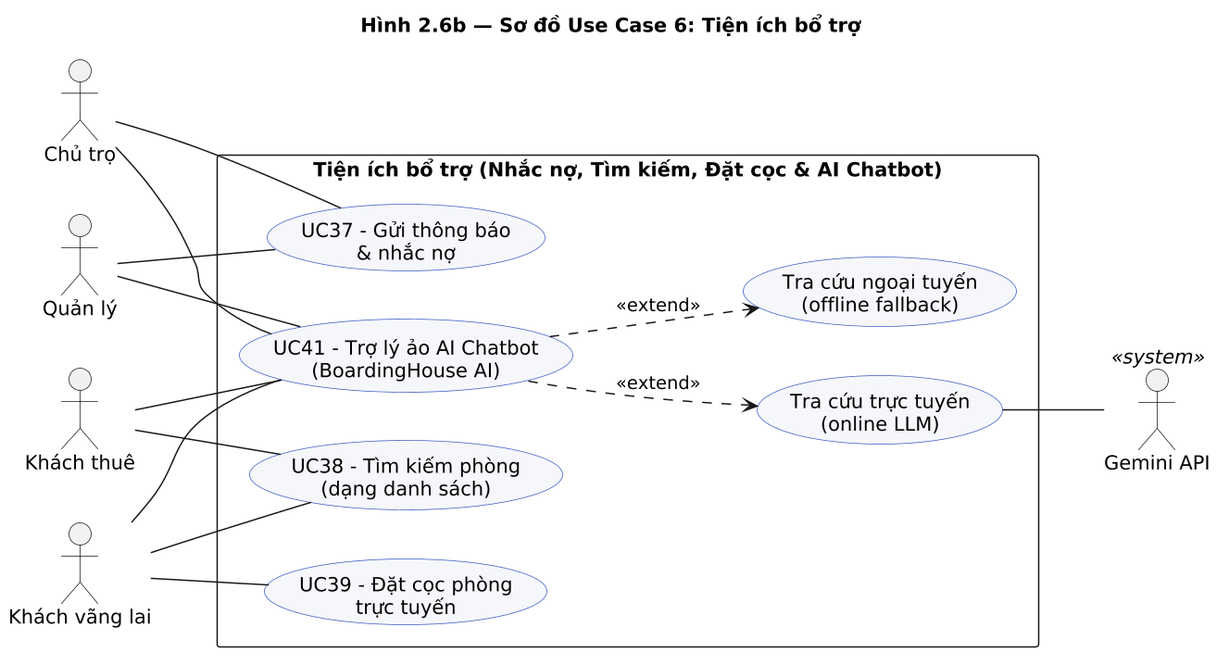
Earlier version of the PlantUML export docs/diagrams/png/2.06b_uc_utilities.png (DiepTuHuy/Hostel_Management).
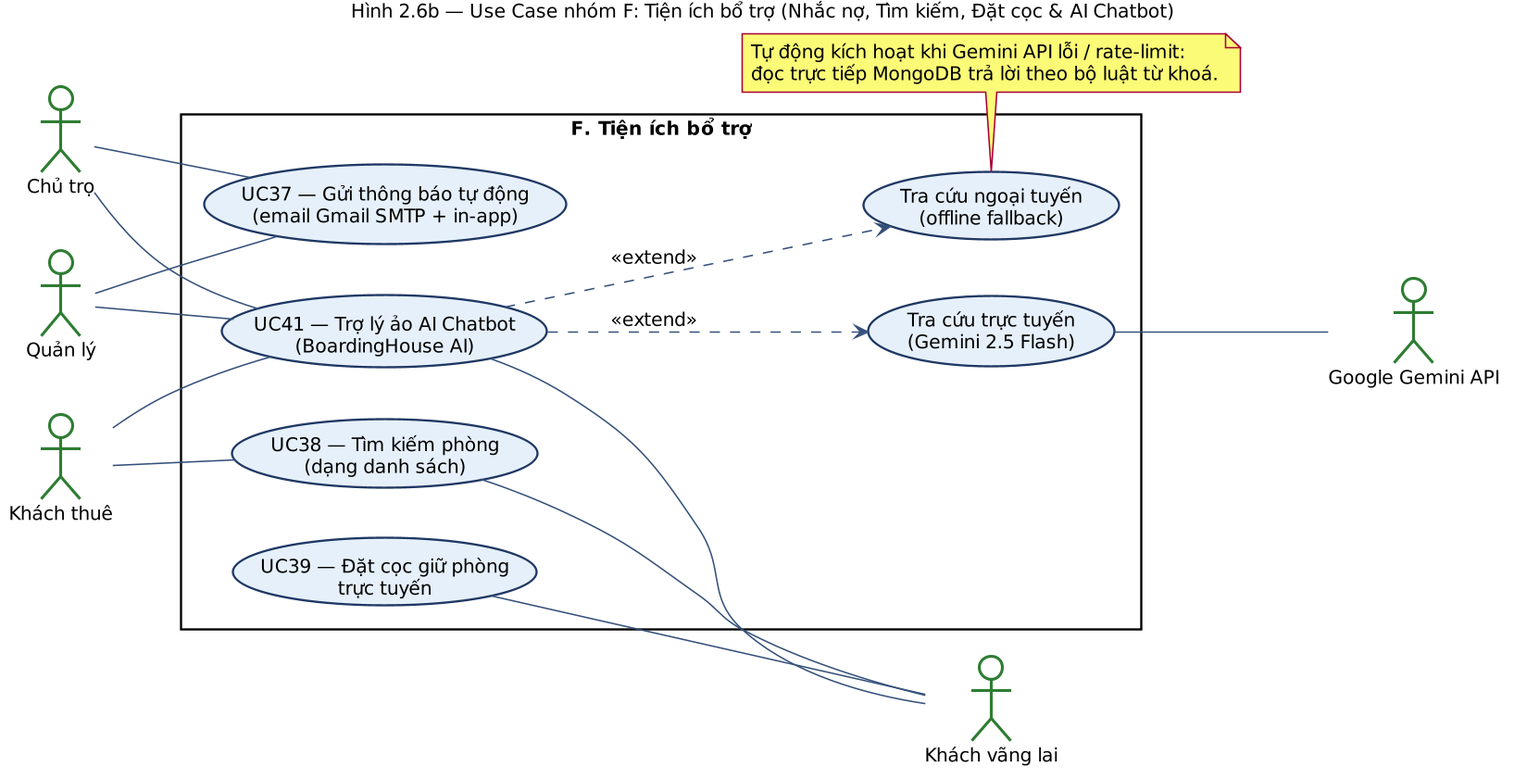
The same diagram one commit later.

What changed in the source:
```diff
@@ -1,45 +1,54 @@
-@startuml
-scale 1.5
-title Hình 2.6b — Sơ đồ Use Case 6: Tiện ích bổ trợ
+@startuml UC_Utilities
+title Hình 2.6b — Use Case nhóm F: Tiện ích bổ trợ (Nhắc nợ, Tìm kiếm, Đặt cọc & AI Chatbot)
 
+skinparam dpi 150
+skinparam shadowing false
+skinparam defaultFontName "Segoe UI"
+skinparam defaultFontSize 13
+skinparam packageStyle rectangle
+skinparam ArrowColor #34507A
+skinparam usecase {
+  BackgroundColor #E6F0FA
+  BorderColor #1F3864
+}
+skinparam actor {
+  BackgroundColor #FFFFFF
+  BorderColor #2E7D32
+}
 left to right direction
-skinparam packageStyle rectangle
-skinparam shadowing false
-skinparam usecase {
-  BackgroundColor #F5F7FB
-  BorderColor #3A5BC7
-}
 
 actor "Chủ trọ"        as Owner
 actor "Quản lý"        as Manager
 actor "Khách thuê"     as Tenant
 actor "Khách vãng lai" as Visitor
-actor "Gemini API"     as Gemini <<system>>
+actor "Google Gemini API" as Gemini
 
-rectangle "Tiện ích bổ trợ (Nhắc nợ, Tìm kiếm, Đặt cọc & AI Chatbot)" {
-  usecase "UC37 - Gửi thông báo\n& nhắc nợ"             as UT1
-  usecase "UC38 - Tìm kiếm phòng\n(dạng danh sách)"      as UT2
-  usecase "UC39 - Đặt cọc phòng\ntrực tuyến"            as UT3
-  usecase "UC41 - Trợ lý ảo AI Chatbot\n(BoardingHouse AI)" as UT5
-
-  usecase "Tra cứu trực tuyến\n(online LLM)"            as UT6
-  usecase "Tra cứu ngoại tuyến\n(offline fallback)"     as UT7
+rectangle "F. Tiện ích bổ trợ" {
+  usecase "UC37 — Gửi thông báo tự động\n(email Gmail SMTP + in-app)" as F1
+  usecase "UC38 — Tìm kiếm phòng\n(dạng danh sách)"  as F2
+  usecase "UC39 — Đặt cọc giữ phòng\ntrực tuyến"     as F3
+  usecase "UC41 — Trợ lý ảo AI Chatbot\n(BoardingHouse AI)" as F4
+  usecase "Tra cứu trực tuyến\n(Gemini 2.5 Flash)"   as F5
+  usecase "Tra cứu ngoại tuyến\n(offline fallback)"  as F6
 }
 
-Owner   -- UT1
-Owner   -- UT5
+Owner   -- F1
+Owner   -- F4
+Manager -- F1
+Manager -- F4
+Tenant  -- F4
+F2 -- Tenant
+F2 -- Visitor
+F3 -- Visitor
+F4 -- Visitor
 
-Manager -- UT1
-Manager -- UT5
+F4 ..> F5 : <<extend>>
+F4 ..> F6 : <<extend>>
+F5 -- Gemini
 
-Tenant  -- UT2
-Tenant  -- UT5
+note bottom of F6
+  Tự động kích hoạt khi Gemini API lỗi / rate-limit:
+  đọc trực tiếp MongoDB trả lời theo bộ luật từ khoá.
+end note
 
-Visitor -- UT2
-Visitor -- UT3
-Visitor -- UT5
-
-UT5 ..> UT6 : <<extend>>
-UT5 ..> UT7 : <<extend>>
-UT6 -- Gemini
 @enduml
```
